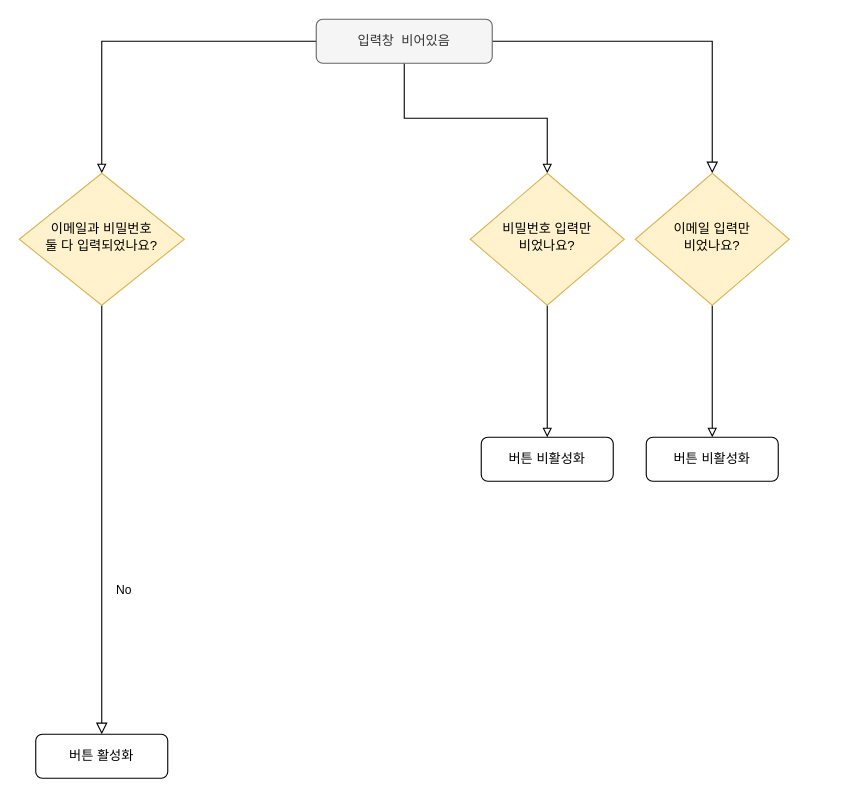
mentalbreaker/assgin keeps this draw.io diagram as Untitled Diagram.drawio. Above is the earlier version. Source tidied: cells renumbered, new cells numbered last; positions are measured from the earlier drawing's top-left corner, leaving out a move shared by most shapes. Both pictures are drawn from the tidied source at 110%, with x=0, y=0 at pixel (19, 19).
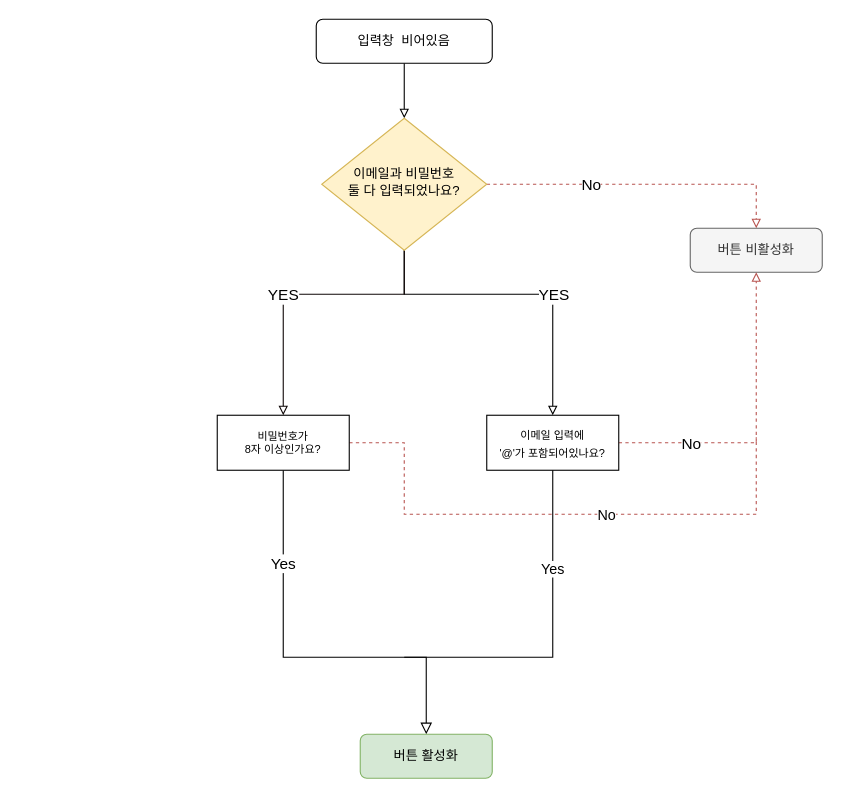
Above is the later version.

Change to the diagram source:
```diff
@@
-    <mxCell id="2" style="rounded=0;html=1;jettySize=auto;fontSize=11;endArrow=block;endFill=0;endSize=8;strokeWidth=1;shadow=0;labelBackgroundColor=none;edgeStyle=orthogonalEdgeStyle;entryX=0.5;entryY=0;entryDx=0;entryDy=0;" parent="1" edge="1" source="5" target="7">
-      <mxGeometry relative="1" as="geometry" />
-    </mxCell>
-    <mxCell id="3" style="edgeStyle=orthogonalEdgeStyle;rounded=0;jettySize=auto;html=1;endArrow=block;endFill=0;" parent="1" edge="1" source="5" target="14">
-      <mxGeometry relative="1" as="geometry" />
-    </mxCell>
-    <mxCell id="4" style="edgeStyle=orthogonalEdgeStyle;rounded=0;jettySize=auto;html=1;endArrow=block;endFill=0;" parent="1" edge="1" source="5" target="10">
+    <mxCell id="4" style="edgeStyle=orthogonalEdgeStyle;rounded=0;jettySize=auto;html=1;endArrow=block;endFill=0;fontFamily=Helvetica;" parent="1" edge="1" source="5" target="10">
       <mxGeometry relative="1" as="geometry" />
     </mxCell>
-    <mxCell id="5" value="입력창&amp;nbsp; 비어있음" style="rounded=1;whiteSpace=wrap;html=1;fontSize=12;glass=0;strokeWidth=1;shadow=0;fillColor=#f5f5f5;fontColor=#333333;strokeColor=#666666;" parent="1" vertex="1">
+    <mxCell id="5" value="입력창&amp;nbsp; 비어있음" style="rounded=1;whiteSpace=wrap;html=1;fontSize=12;glass=0;strokeWidth=1;shadow=0;" parent="1" vertex="1">
       <mxGeometry x="270" width="160" height="40" as="geometry" />
     </mxCell>
-    <mxCell id="6" style="edgeStyle=orthogonalEdgeStyle;rounded=0;jettySize=auto;html=1;entryX=0.5;entryY=0;entryDx=0;entryDy=0;endArrow=block;endFill=0;" parent="1" edge="1" source="7" target="12">
-      <mxGeometry relative="1" as="geometry" />
-    </mxCell>
-    <mxCell id="7" value="&lt;div&gt;이메일 입력만&lt;/div&gt;&lt;div&gt;비었나요?&lt;br&gt;&lt;/div&gt;" style="rhombus;whiteSpace=wrap;html=1;shadow=0;fontFamily=Helvetica;fontSize=12;align=center;strokeWidth=1;spacing=6;spacingTop=-4;fillColor=#fff2cc;strokeColor=#d6b656;" parent="1" vertex="1">
-      <mxGeometry x="560" y="140" width="140" height="120" as="geometry" />
-    </mxCell>
-    <mxCell id="8" value="버튼 비활성화" style="rounded=1;whiteSpace=wrap;html=1;fontSize=12;glass=0;strokeWidth=1;shadow=0;" parent="1" vertex="1">
-      <mxGeometry x="420" y="380" width="120" height="40" as="geometry" />
-    </mxCell>
-    <mxCell id="9" value="No" style="rounded=0;html=1;jettySize=auto;fontSize=11;endArrow=block;endFill=0;endSize=8;strokeWidth=1;shadow=0;labelBackgroundColor=none;edgeStyle=orthogonalEdgeStyle;" parent="1" edge="1" source="10" target="11">
-      <mxGeometry x="0.33" y="20" relative="1" as="geometry" />
+    <mxCell id="9" value="Yes" style="rounded=0;jettySize=auto;fontSize=14;endArrow=block;endFill=0;endSize=8;strokeWidth=1;shadow=0;labelBackgroundColor=default;edgeStyle=orthogonalEdgeStyle;html=1;exitX=0.5;exitY=1;exitDx=0;exitDy=0;" parent="1" edge="1" source="26" target="11">
+      <mxGeometry x="-0.54" relative="1" as="geometry">
+        <Array as="points">
+          <mxPoint x="240" y="580" />
+          <mxPoint x="370" y="580" />
+        </Array>
+      </mxGeometry>
     </mxCell>
+    <mxCell id="15" style="edgeStyle=orthogonalEdgeStyle;rounded=0;jettySize=auto;html=1;entryX=0.5;entryY=0;entryDx=0;entryDy=0;labelBackgroundColor=default;fontFamily=Helvetica;fontSize=10;endArrow=block;endFill=0;exitX=0.5;exitY=1;exitDx=0;exitDy=0;" parent="1" edge="1" source="10" target="23">
+      <mxGeometry relative="1" as="geometry">
+        <Array as="points">
+          <mxPoint x="350" y="250" />
+          <mxPoint x="485" y="250" />
+        </Array>
+      </mxGeometry>
+    </mxCell>
+    <mxCell id="16" value="&lt;div&gt;YES&lt;/div&gt;" style="edgeLabel;html=1;align=center;verticalAlign=middle;fontSize=14;fontFamily=Helvetica;" parent="15" vertex="1">
+      <mxGeometry x="-0.15" y="1" relative="1" as="geometry">
+        <mxPoint x="54" y="1" as="offset" />
+      </mxGeometry>
+    </mxCell>
+    <mxCell id="17" style="edgeStyle=orthogonalEdgeStyle;rounded=0;jettySize=auto;html=1;entryX=0.5;entryY=0;entryDx=0;entryDy=0;dashed=1;labelBackgroundColor=default;fontFamily=Helvetica;fontSize=14;endArrow=block;endFill=0;fillColor=#f8cecc;strokeColor=#b85450;" parent="1" edge="1" source="10" target="12">
+      <mxGeometry relative="1" as="geometry" />
+    </mxCell>
+    <mxCell id="18" value="No" style="edgeLabel;html=1;align=center;verticalAlign=middle;fontSize=14;fontFamily=Helvetica;" parent="17" vertex="1">
+      <mxGeometry x="-0.34" relative="1" as="geometry" />
+    </mxCell>
+    <mxCell id="19" style="edgeStyle=orthogonalEdgeStyle;rounded=0;jettySize=auto;html=1;labelBackgroundColor=default;fontFamily=Helvetica;fontSize=14;startArrow=none;startFill=0;endArrow=block;endFill=0;strokeColor=#0F0707;" parent="1" edge="1" source="10" target="26">
+      <mxGeometry relative="1" as="geometry">
+        <Array as="points">
+          <mxPoint x="350" y="250" />
+          <mxPoint x="240" y="250" />
+        </Array>
+      </mxGeometry>
+    </mxCell>
+    <mxCell id="20" value="YES" style="edgeLabel;html=1;align=center;verticalAlign=middle;fontSize=14;fontFamily=Helvetica;" parent="19" vertex="1">
+      <mxGeometry x="0.09" y="-2" relative="1" as="geometry">
+        <mxPoint x="-9" y="2" as="offset" />
+      </mxGeometry>
+    </mxCell>
     <mxCell id="10" value="&lt;div&gt;이메일과 비밀번호 &lt;br&gt;&lt;/div&gt;&lt;div&gt;둘 다 입력되었나요?&lt;br&gt;&lt;/div&gt;" style="rhombus;whiteSpace=wrap;html=1;shadow=0;fontFamily=Helvetica;fontSize=12;align=center;strokeWidth=1;spacing=6;spacingTop=-4;fillColor=#fff2cc;strokeColor=#d6b656;" parent="1" vertex="1">
-      <mxGeometry y="140" width="150" height="120" as="geometry" />
+      <mxGeometry x="275" y="90" width="150" height="120" as="geometry" />
     </mxCell>
-    <mxCell id="11" value="버튼 활성화" style="rounded=1;whiteSpace=wrap;html=1;fontSize=12;glass=0;strokeWidth=1;shadow=0;" parent="1" vertex="1">
-      <mxGeometry x="15" y="650" width="120" height="40" as="geometry" />
+    <mxCell id="11" value="버튼 활성화" style="rounded=1;whiteSpace=wrap;html=1;fontSize=12;glass=0;strokeWidth=1;shadow=0;fillColor=#d5e8d4;strokeColor=#82b366;" parent="1" vertex="1">
+      <mxGeometry x="310" y="650" width="120" height="40" as="geometry" />
     </mxCell>
-    <mxCell id="12" value="버튼 비활성화" style="rounded=1;whiteSpace=wrap;html=1;fontSize=12;glass=0;strokeWidth=1;shadow=0;" parent="1" vertex="1">
-      <mxGeometry x="570" y="380" width="120" height="40" as="geometry" />
+    <mxCell id="12" value="버튼 비활성화" style="rounded=1;whiteSpace=wrap;html=1;fontSize=12;glass=0;strokeWidth=1;shadow=0;fillColor=#f5f5f5;fontColor=#333333;strokeColor=#666666;" parent="1" vertex="1">
+      <mxGeometry x="610" y="190" width="120" height="40" as="geometry" />
     </mxCell>
-    <mxCell id="13" style="edgeStyle=orthogonalEdgeStyle;rounded=0;jettySize=auto;html=1;entryX=0.5;entryY=0;entryDx=0;entryDy=0;endArrow=block;endFill=0;" parent="1" edge="1" source="14" target="8">
-      <mxGeometry relative="1" as="geometry" />
-    </mxCell>
-    <mxCell id="14" value="&lt;div&gt;비밀번호 입력만&lt;/div&gt;&lt;div&gt;비었나요?&lt;br&gt;&lt;/div&gt;" style="rhombus;whiteSpace=wrap;html=1;shadow=0;fontFamily=Helvetica;fontSize=12;align=center;strokeWidth=1;spacing=6;spacingTop=-4;fillColor=#fff2cc;strokeColor=#d6b656;" parent="1" vertex="1">
-      <mxGeometry x="410" y="140" width="140" height="120" as="geometry" />
-    </mxCell>
+    <mxCell id="21" style="edgeStyle=orthogonalEdgeStyle;rounded=0;jettySize=auto;html=1;entryX=0.5;entryY=1;entryDx=0;entryDy=0;labelBackgroundColor=default;fontFamily=Helvetica;fontSize=13;endArrow=block;endFill=0;dashed=1;fillColor=#f8cecc;strokeColor=#b85450;exitX=1;exitY=0.5;exitDx=0;exitDy=0;" parent="1" edge="1" source="23" target="12">
+      <mxGeometry relative="1" as="geometry">
+        <Array as="points">
+          <mxPoint x="670" y="385" />
+        </Array>
+      </mxGeometry>
+    </mxCell>
+    <mxCell id="22" value="No" style="edgeLabel;html=1;align=center;verticalAlign=middle;fontSize=14;fontFamily=Helvetica;" parent="21" vertex="1">
+      <mxGeometry x="-0.28" y="-2" relative="1" as="geometry">
+        <mxPoint x="-36" y="-2" as="offset" />
+      </mxGeometry>
+    </mxCell>
+    <mxCell id="23" value="&lt;div&gt;&lt;font style=&quot;font-size: 10px&quot;&gt;이메일 입력에 &lt;br&gt;&lt;/font&gt;&lt;/div&gt;&lt;div&gt;&lt;font style=&quot;font-size: 10px&quot;&gt;'@'가 포함되어있나요?&lt;br&gt;&lt;/font&gt;&lt;/div&gt;" style="rounded=0;whiteSpace=wrap;html=1;fontFamily=Helvetica;fontSize=13;" parent="1" vertex="1">
+      <mxGeometry x="425" y="360" width="120" height="50" as="geometry" />
+    </mxCell>
+    <mxCell id="24" style="edgeStyle=orthogonalEdgeStyle;rounded=0;jettySize=auto;html=1;labelBackgroundColor=default;fontFamily=Helvetica;fontSize=14;endArrow=none;endFill=0;exitX=1;exitY=0.5;exitDx=0;exitDy=0;dashed=1;fillColor=#f8cecc;strokeColor=#b85450;" parent="1" edge="1" source="26">
+      <mxGeometry relative="1" as="geometry">
+        <mxPoint x="670" y="380" as="targetPoint" />
+        <Array as="points">
+          <mxPoint x="350" y="385" />
+          <mxPoint x="350" y="450" />
+          <mxPoint x="670" y="450" />
+          <mxPoint x="670" y="385" />
+        </Array>
+      </mxGeometry>
+    </mxCell>
+    <mxCell id="25" value="No" style="edgeLabel;html=1;align=center;verticalAlign=middle;fontSize=13;fontFamily=Helvetica;" parent="24" vertex="1">
+      <mxGeometry x="0.18" y="-2" relative="1" as="geometry">
+        <mxPoint y="-2" as="offset" />
+      </mxGeometry>
+    </mxCell>
+    <mxCell id="26" value="&lt;div style=&quot;font-size: 10px;&quot;&gt;&lt;font style=&quot;font-size: 10px;&quot;&gt;비밀번호가&lt;/font&gt;&lt;/div&gt;&lt;div style=&quot;font-size: 10px;&quot;&gt;&lt;font style=&quot;font-size: 10px;&quot;&gt;8자 이상인가요?&lt;br style=&quot;font-size: 10px;&quot;&gt;&lt;/font&gt;&lt;/div&gt;" style="rounded=0;whiteSpace=wrap;html=1;fontFamily=Helvetica;fontSize=10;" parent="1" vertex="1">
+      <mxGeometry x="180" y="360" width="120" height="50" as="geometry" />
+    </mxCell>
+    <mxCell id="27" value="Yes" style="rounded=0;jettySize=auto;fontSize=13;endArrow=none;endFill=0;endSize=8;strokeWidth=1;shadow=0;labelBackgroundColor=default;edgeStyle=orthogonalEdgeStyle;html=1;exitX=0.5;exitY=1;exitDx=0;exitDy=0;" parent="1" edge="1" source="23">
+      <mxGeometry x="-0.52" relative="1" as="geometry">
+        <mxPoint x="420" y="580" as="targetPoint" />
+        <Array as="points">
+          <mxPoint x="485" y="580" />
+          <mxPoint x="350" y="580" />
+        </Array>
+      </mxGeometry>
+    </mxCell>
```
